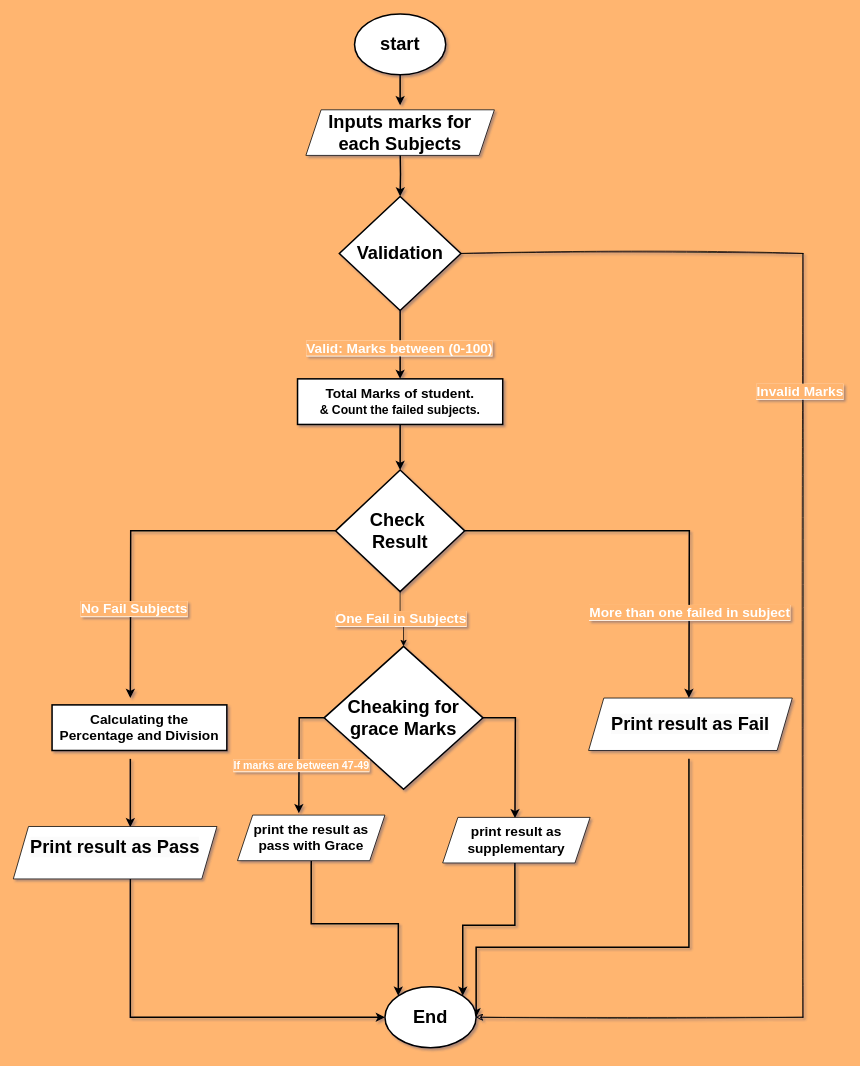
The draw.io diagram oop.drawio in Aditya-swaroop-11/oop, before the edit. Source tidied: cells renumbered, new cells numbered last; positions are measured from the earlier drawing's top-left corner, leaving out a move shared by most shapes. Both pictures are drawn from the tidied source at 76%, with x=0, y=0 at pixel (13, 14).
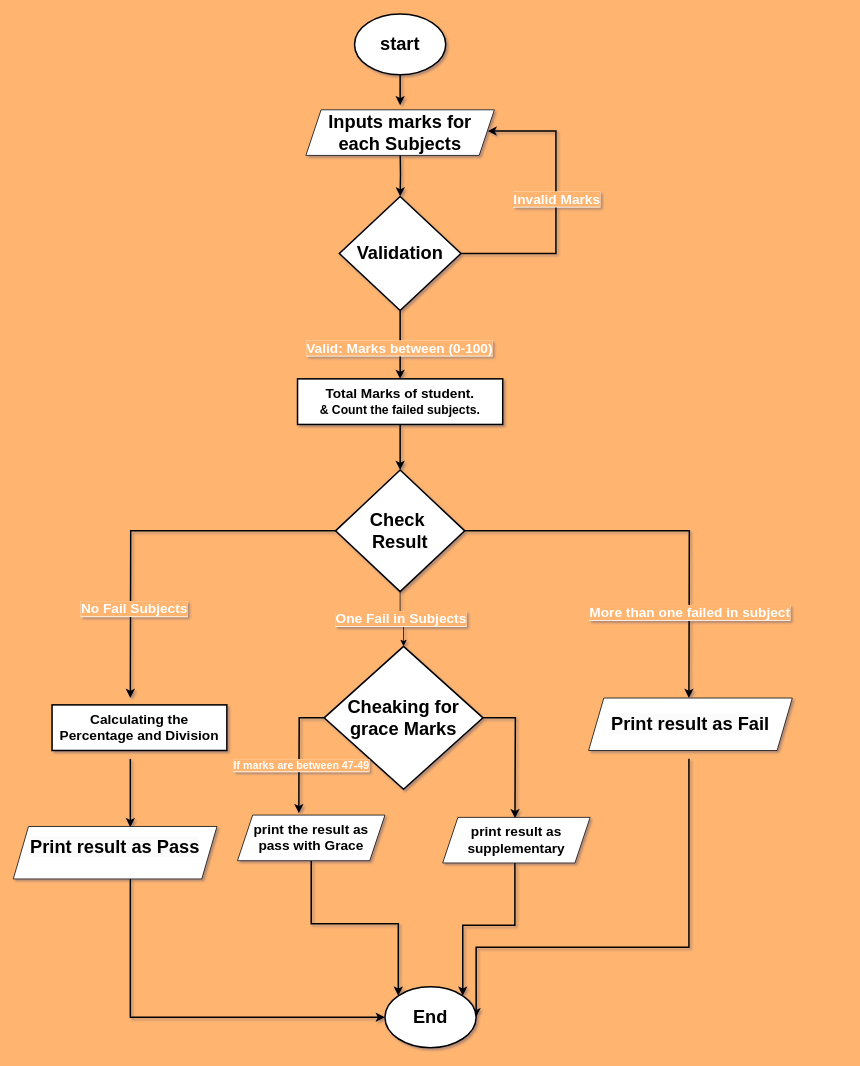
The same diagram, later.

The change refers to these unchanged cells:
```xml
<mxCell id="9" value="&lt;font style=&quot;font-size: 24px;&quot;&gt;&lt;b&gt;Validation&lt;/b&gt;&lt;/font&gt;" style="rhombus;whiteSpace=wrap;html=1;strokeWidth=2;" parent="1" vertex="1">
  <mxGeometry x="429" y="240" width="160" height="150" as="geometry" />
</mxCell>
<mxCell id="28" value="&lt;font style=&quot;font-size: 24px;&quot;&gt;&lt;b&gt;End&lt;/b&gt;&lt;/font&gt;" style="ellipse;whiteSpace=wrap;html=1;strokeWidth=2;" parent="1" vertex="1">
  <mxGeometry x="489" y="1280" width="120" height="80" as="geometry" />
</mxCell>
```

The edit, as a diff of the source:
```diff
@@
-    <mxCell id="7" style="edgeStyle=orthogonalEdgeStyle;rounded=0;sketch=1;hachureGap=4;jiggle=2;curveFitting=1;jettySize=auto;html=1;entryX=1;entryY=0.5;entryDx=0;entryDy=0;fontFamily=Architects Daughter;" parent="1" edge="1" source="9" target="28">
-      <mxGeometry relative="1" as="geometry">
-        <Array as="points">
-          <mxPoint x="1039" y="315" />
-          <mxPoint x="1039" y="1320" />
-        </Array>
-      </mxGeometry>
-    </mxCell>
-    <mxCell id="8" value="&lt;font color=&quot;#ffffff&quot; face=&quot;Helvetica&quot; style=&quot;font-size: 18px;&quot;&gt;&lt;b style=&quot;background-color: rgb(255, 181, 112);&quot;&gt;Invalid Marks&lt;/b&gt;&lt;/font&gt;" style="edgeLabel;html=1;align=center;verticalAlign=middle;sketch=1;hachureGap=4;jiggle=2;curveFitting=1;fontFamily=Architects Daughter;" parent="7" vertex="1">
-      <mxGeometry x="-0.33" y="-5" relative="1" as="geometry" />
-    </mxCell>
@@
+    <mxCell id="35" style="edgeStyle=orthogonalEdgeStyle;rounded=0;jettySize=auto;html=1;entryX=1;entryY=0.5;entryDx=0;entryDy=0;strokeWidth=2;exitX=1;exitY=0.5;exitDx=0;exitDy=0;" parent="1" edge="1" source="9">
+      <mxGeometry relative="1" as="geometry">
+        <mxPoint x="624" y="154" as="targetPoint" />
+        <Array as="points">
+          <mxPoint x="714" y="315" />
+          <mxPoint x="714" y="154" />
+        </Array>
+      </mxGeometry>
+    </mxCell>
+    <mxCell id="8" value="&lt;font color=&quot;#ffffff&quot; style=&quot;font-size: 18px; background-color: rgb(255, 181, 112);&quot;&gt;&lt;b&gt;Invalid Marks&lt;/b&gt;&lt;/font&gt;" style="edgeLabel;html=1;align=center;verticalAlign=middle;" parent="35" vertex="1">
+      <mxGeometry x="-0.14" relative="1" as="geometry">
+        <mxPoint y="-35" as="offset" />
+      </mxGeometry>
+    </mxCell>
```
